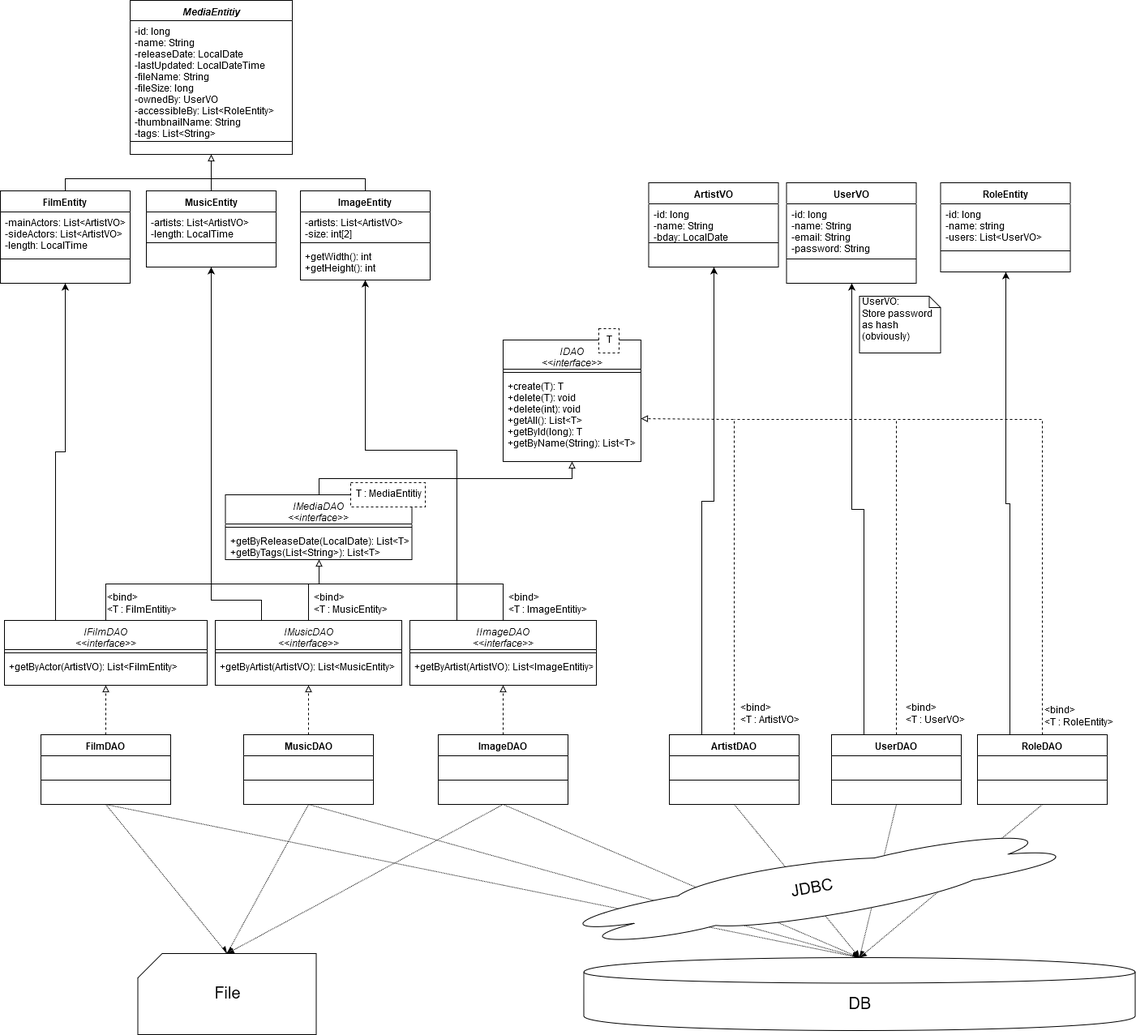
Earlier version of the draw.io export tdoc/db/uml_layered_dao_alpha.png (crashkid3000/HomeStream). Source tidied: cells renumbered, new cells last; positions are measured from the earlier drawing's top-left corner, leaving out a move shared by most shapes.
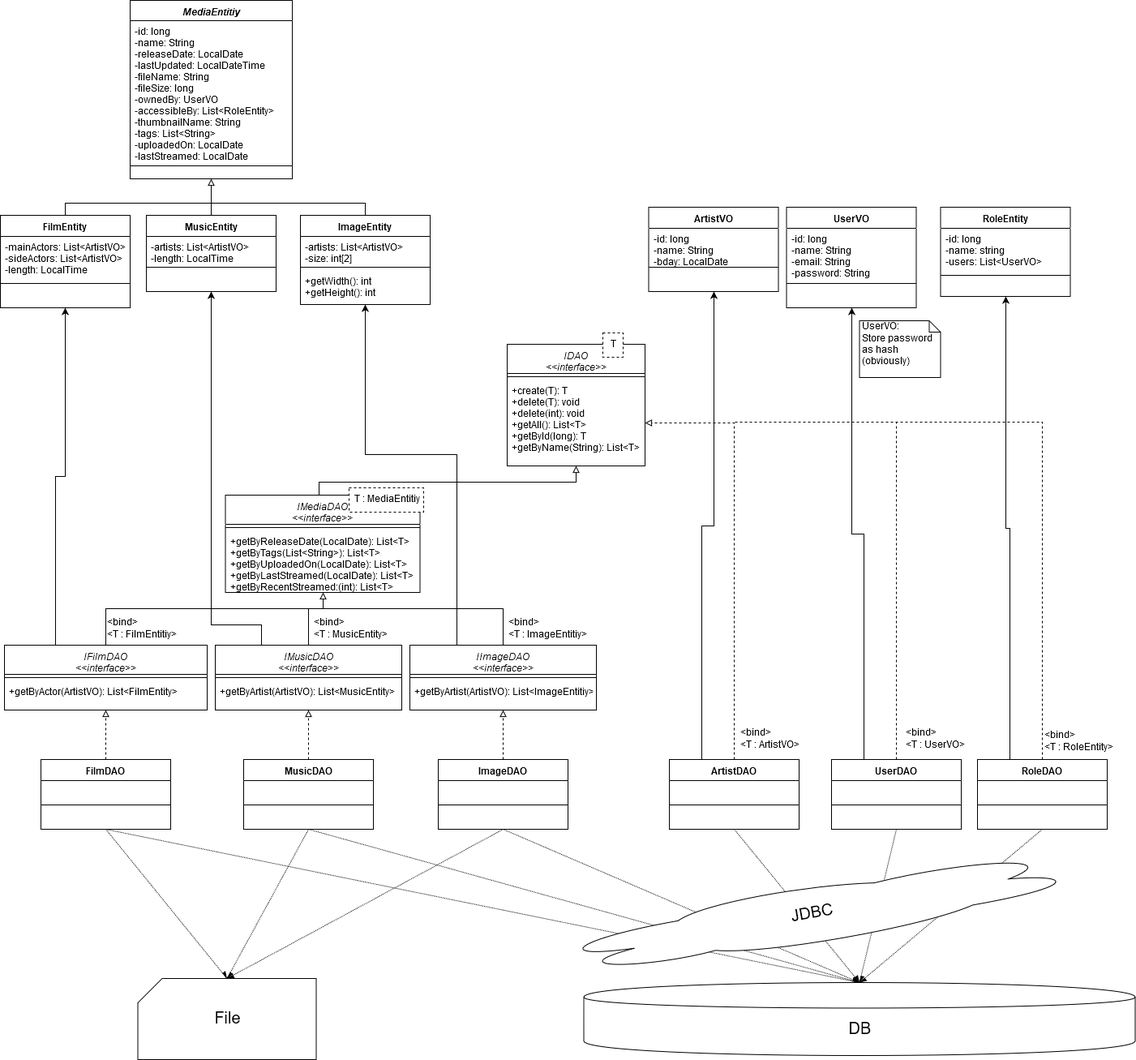
After the commit.

Diff of the diagram source:
```diff
@@ -92,7 +92,12 @@
       </mxGeometry>
     </mxCell>
     <mxCell id="30" style="endArrow=classic;html=1;entryX=0.5;entryY=1;entryDx=0;entryDy=0;exitX=0.25;exitY=0;exitDx=0;exitDy=0;rounded=0;edgeStyle=orthogonalEdgeStyle;" parent="1" edge="1" source="91" target="14">
-      <mxGeometry relative="1" as="geometry" />
+      <mxGeometry relative="1" as="geometry">
+        <Array as="points">
+          <mxPoint x="563" y="530" />
+          <mxPoint x="450" y="530" />
+        </Array>
+      </mxGeometry>
     </mxCell>
     <mxCell id="31" style="endArrow=classic;html=1;entryX=0.5;entryY=1;entryDx=0;entryDy=0;exitX=0.25;exitY=0;exitDx=0;exitDy=0;rounded=0;edgeStyle=orthogonalEdgeStyle;" parent="1" edge="1" source="44" target="6">
       <mxGeometry relative="1" as="geometry" />
@@ -201,9 +206,10 @@
     </mxCell>
     <mxCell id="66" style="endArrow=none;html=1;exitX=0.5;exitY=0;exitDx=0;exitDy=0;endFill=0;dashed=1;rounded=0;edgeStyle=orthogonalEdgeStyle;" parent="1" edge="1" source="34">
       <mxGeometry relative="1" as="geometry">
-        <mxPoint x="1105" y="517" as="targetPoint" />
+        <mxPoint x="1105" y="490" as="targetPoint" />
         <Array as="points">
-          <mxPoint x="1285" y="517" />
+          <mxPoint x="1285" y="490" />
+          <mxPoint x="1105" y="490" />
         </Array>
       </mxGeometry>
     </mxCell>
@@ -219,15 +225,15 @@
     <mxCell id="70" style="endArrow=block;html=1;exitX=0.5;exitY=0;exitDx=0;exitDy=0;endFill=0;dashed=1;rounded=0;entryX=1;entryY=0.5;entryDx=0;entryDy=0;" parent="1" edge="1" source="44" target="77">
       <mxGeometry relative="1" as="geometry">
         <Array as="points">
-          <mxPoint x="905" y="517" />
+          <mxPoint x="905" y="491" />
         </Array>
       </mxGeometry>
     </mxCell>
     <mxCell id="71" style="endArrow=none;html=1;exitX=0.5;exitY=0;exitDx=0;exitDy=0;endFill=0;dashed=1;rounded=0;" parent="1" edge="1" source="39">
       <mxGeometry relative="1" as="geometry">
-        <mxPoint x="905" y="517" as="targetPoint" />
+        <mxPoint x="905" y="490" as="targetPoint" />
         <Array as="points">
-          <mxPoint x="1105" y="517" />
+          <mxPoint x="1105" y="490" />
         </Array>
       </mxGeometry>
     </mxCell>
@@ -241,7 +247,7 @@
       <mxGeometry x="672.5" y="1056" width="657" height="80" as="geometry" />
     </mxCell>
     <mxCell id="75" value="IDAO&#10;&lt;&lt;interface&gt;&gt;&#10;" style="swimlane;fontStyle=2;align=center;verticalAlign=top;horizontal=1;startSize=36;rounded=0;shadow=0;glass=0;comic=0;gradientColor=none;" parent="1" vertex="1">
-      <mxGeometry x="620" y="419" width="170" height="150" as="geometry" />
+      <mxGeometry x="625" y="394" width="170" height="150" as="geometry" />
     </mxCell>
     <mxCell id="76" style="line;strokeWidth=1;fillColor=none;align=left;verticalAlign=middle;spacingTop=-1;spacingLeft=3;spacingRight=3;labelPosition=right;" parent="75" vertex="1">
       <mxGeometry y="36" width="170" height="8" as="geometry" />
@@ -250,22 +256,27 @@
       <mxGeometry y="44" width="170" height="106" as="geometry" />
     </mxCell>
     <mxCell id="78" value="T" style="rounded=0;whiteSpace=wrap;html=1;dashed=1;" parent="1" vertex="1">
-      <mxGeometry x="738" y="405" width="25" height="30" as="geometry" />
+      <mxGeometry x="743" y="380" width="25" height="30" as="geometry" />
     </mxCell>
-    <mxCell id="79" style="edgeStyle=orthogonalEdgeStyle;rounded=0;jettySize=auto;html=1;exitX=0.5;exitY=0;exitDx=0;exitDy=0;entryX=0.5;entryY=1;entryDx=0;entryDy=0;endArrow=block;endFill=0;" parent="1" edge="1" source="80" target="75">
-      <mxGeometry relative="1" as="geometry" />
+    <mxCell id="79" style="rounded=0;jettySize=auto;html=1;exitX=0.5;exitY=0;exitDx=0;exitDy=0;entryX=0.5;entryY=1;entryDx=0;entryDy=0;endArrow=block;endFill=0;edgeStyle=orthogonalEdgeStyle;" parent="1" edge="1" source="80" target="75">
+      <mxGeometry relative="1" as="geometry">
+        <Array as="points">
+          <mxPoint x="393" y="564" />
+          <mxPoint x="710" y="564" />
+        </Array>
+      </mxGeometry>
     </mxCell>
     <mxCell id="80" value="IMediaDAO&#10;&lt;&lt;interface&gt;&gt;&#10;" style="swimlane;fontStyle=2;align=center;verticalAlign=top;horizontal=1;startSize=36;rounded=0;shadow=0;glass=0;comic=0;gradientColor=none;" parent="1" vertex="1">
-      <mxGeometry x="277.5" y="610" width="230" height="80" as="geometry" />
+      <mxGeometry x="277.5" y="580" width="240" height="120" as="geometry" />
     </mxCell>
     <mxCell id="81" style="line;strokeWidth=1;fillColor=none;align=left;verticalAlign=middle;spacingTop=-1;spacingLeft=3;spacingRight=3;labelPosition=right;" parent="80" vertex="1">
-      <mxGeometry y="36" width="230" height="8" as="geometry" />
+      <mxGeometry y="36" width="240" height="8" as="geometry" />
     </mxCell>
-    <mxCell id="82" value="+getByReleaseDate(LocalDate): List&lt;T&gt;&#10;+getByTags(List&lt;String&gt;): List&lt;T&gt;&#10;" style="text;strokeColor=none;fillColor=none;align=left;verticalAlign=top;spacingLeft=4;spacingRight=4;overflow=hidden;" parent="80" vertex="1">
-      <mxGeometry y="44" width="230" height="36" as="geometry" />
+    <mxCell id="82" value="+getByReleaseDate(LocalDate): List&lt;T&gt;&#10;+getByTags(List&lt;String&gt;): List&lt;T&gt;&#10;+getByUploadedOn(LocalDate): List&lt;T&gt;&#10;+getByLastStreamed(LocalDate): List&lt;T&gt;&#10;+getByRecentStreamed:(int): List&lt;T&gt;&#10;&#10;" style="text;strokeColor=none;fillColor=none;align=left;verticalAlign=top;spacingLeft=4;spacingRight=4;overflow=hidden;" parent="80" vertex="1">
+      <mxGeometry y="44" width="240" height="76" as="geometry" />
     </mxCell>
     <mxCell id="83" value="T : MediaEntitiy" style="rounded=0;whiteSpace=wrap;html=1;dashed=1;" parent="1" vertex="1">
-      <mxGeometry x="432" y="595" width="92" height="30" as="geometry" />
+      <mxGeometry x="430" y="571" width="92" height="30" as="geometry" />
     </mxCell>
     <mxCell id="84" value="IFilmDAO&#10;&lt;&lt;interface&gt;&gt;&#10;" style="swimlane;fontStyle=2;align=center;verticalAlign=top;horizontal=1;startSize=36;rounded=0;shadow=0;glass=0;comic=0;gradientColor=none;" parent="1" vertex="1">
       <mxGeometry x="5" y="765" width="250" height="80" as="geometry" />
@@ -276,11 +287,12 @@
     <mxCell id="86" value="+getByActor(ArtistVO): List&lt;FilmEntity&gt;" style="text;strokeColor=none;fillColor=none;align=left;verticalAlign=top;spacingLeft=4;spacingRight=4;overflow=hidden;" parent="84" vertex="1">
       <mxGeometry y="44" width="250" height="36" as="geometry" />
     </mxCell>
-    <mxCell id="87" style="edgeStyle=orthogonalEdgeStyle;rounded=0;jettySize=auto;html=1;exitX=0.5;exitY=0;exitDx=0;exitDy=0;entryX=0.5;entryY=1;entryDx=0;entryDy=0;endArrow=block;endFill=0;" parent="1" edge="1" source="88" target="80">
+    <mxCell id="87" style="edgeStyle=orthogonalEdgeStyle;rounded=0;jettySize=auto;html=1;exitX=0.5;exitY=0;exitDx=0;exitDy=0;endArrow=block;endFill=0;" parent="1" edge="1" source="88">
       <mxGeometry relative="1" as="geometry">
+        <mxPoint x="398" y="700" as="targetPoint" />
         <Array as="points">
           <mxPoint x="380" y="720" />
-          <mxPoint x="393" y="720" />
+          <mxPoint x="398" y="720" />
         </Array>
       </mxGeometry>
     </mxCell>
@@ -326,16 +338,16 @@
       <mxGeometry x="1115" y="866" width="90" height="30" as="geometry" />
     </mxCell>
     <mxCell id="100" value="MediaEntitiy&#10;" style="swimlane;fontStyle=3;align=center;verticalAlign=top;horizontal=1;startSize=25;gradientColor=none;" parent="1" vertex="1">
-      <mxGeometry x="160" width="200" height="190" as="geometry" />
+      <mxGeometry x="160" y="-30" width="200" height="220" as="geometry" />
     </mxCell>
-    <mxCell id="101" value="-id: long&#10;-name: String&#10;-releaseDate: LocalDate&#10;-lastUpdated: LocalDateTime&#10;-fileName: String&#10;-fileSize: long&#10;-ownedBy: UserVO&#10;-accessibleBy: List&lt;RoleEntity&gt;&#10;-thumbnailName: String&#10;-tags: List&lt;String&gt;&#10;&#10;&#10;" style="text;strokeColor=none;fillColor=none;align=left;verticalAlign=top;spacingLeft=4;spacingRight=4;overflow=hidden;" parent="100" vertex="1">
-      <mxGeometry y="25" width="200" height="145" as="geometry" />
+    <mxCell id="101" value="-id: long&#10;-name: String&#10;-releaseDate: LocalDate&#10;-lastUpdated: LocalDateTime&#10;-fileName: String&#10;-fileSize: long&#10;-ownedBy: UserVO&#10;-accessibleBy: List&lt;RoleEntity&gt;&#10;-thumbnailName: String&#10;-tags: List&lt;String&gt;&#10;-uploadedOn: LocalDate&#10;-lastStreamed: LocalDate&#10;&#10;&#10;&#10;" style="text;strokeColor=none;fillColor=none;align=left;verticalAlign=top;spacingLeft=4;spacingRight=4;overflow=hidden;" parent="100" vertex="1">
+      <mxGeometry y="25" width="200" height="175" as="geometry" />
     </mxCell>
     <mxCell id="102" style="line;strokeWidth=1;fillColor=none;align=left;verticalAlign=middle;spacingTop=-1;spacingLeft=3;spacingRight=3;labelPosition=right;" parent="100" vertex="1">
-      <mxGeometry y="170" width="200" height="8" as="geometry" />
+      <mxGeometry y="200" width="200" height="8" as="geometry" />
     </mxCell>
     <mxCell id="103" value=" " style="text;strokeColor=none;fillColor=none;align=left;verticalAlign=top;spacingLeft=4;spacingRight=4;overflow=hidden;" parent="100" vertex="1">
-      <mxGeometry y="178" width="200" height="12" as="geometry" />
+      <mxGeometry y="208" width="200" height="12" as="geometry" />
     </mxCell>
     <mxCell id="104" style="endArrow=block;html=1;exitX=0.5;exitY=0;exitDx=0;exitDy=0;entryX=0.5;entryY=1;entryDx=0;entryDy=0;endFill=0;" parent="1" edge="1" source="10" target="100">
       <mxGeometry relative="1" as="geometry" />
```
